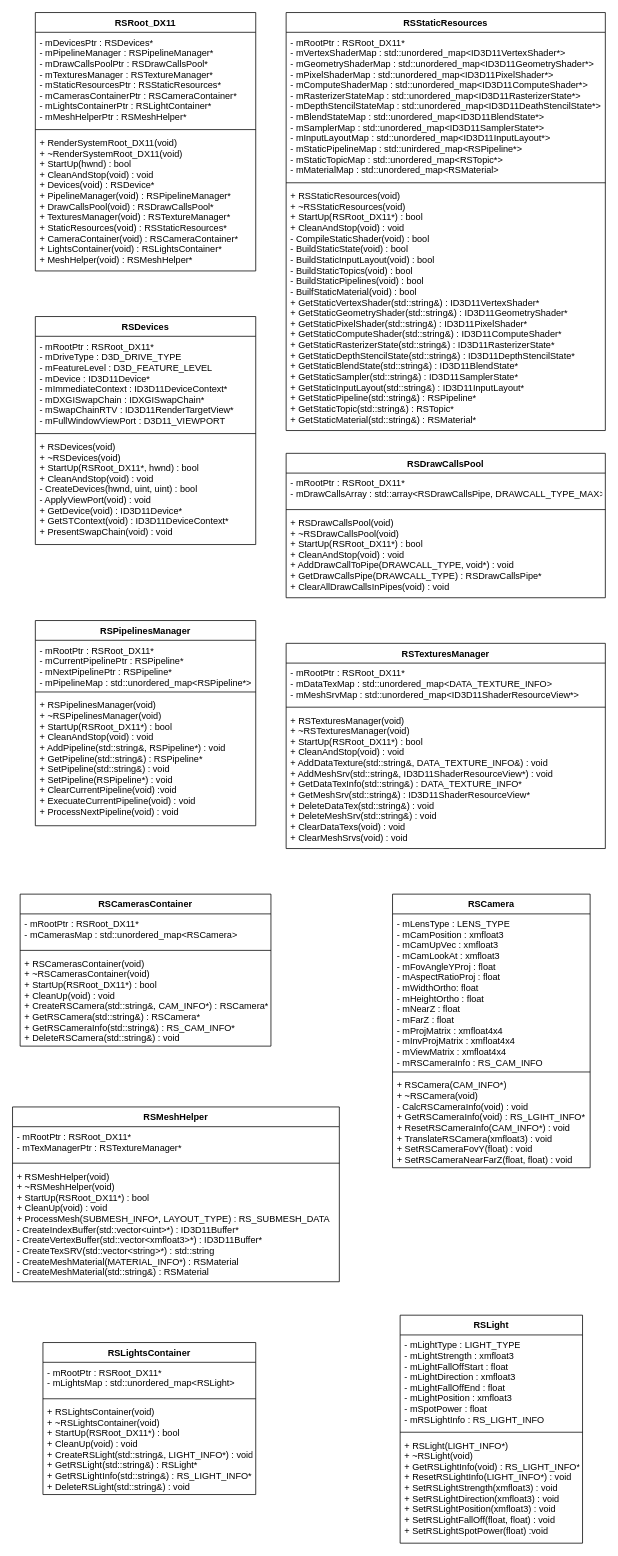
This is page "Root" (4 of 5) of Render.drawio from HIBICUS-CAI/PreWorkRenderEngine, a draw.io file, before an edit. Source tidied: cells renumbered, new cells numbered last; positions are measured from the earlier drawing's top-left corner, leaving out a move shared by most shapes. Both pictures are drawn from the tidied source at 76%, with x=0, y=0 at pixel (12, 12).
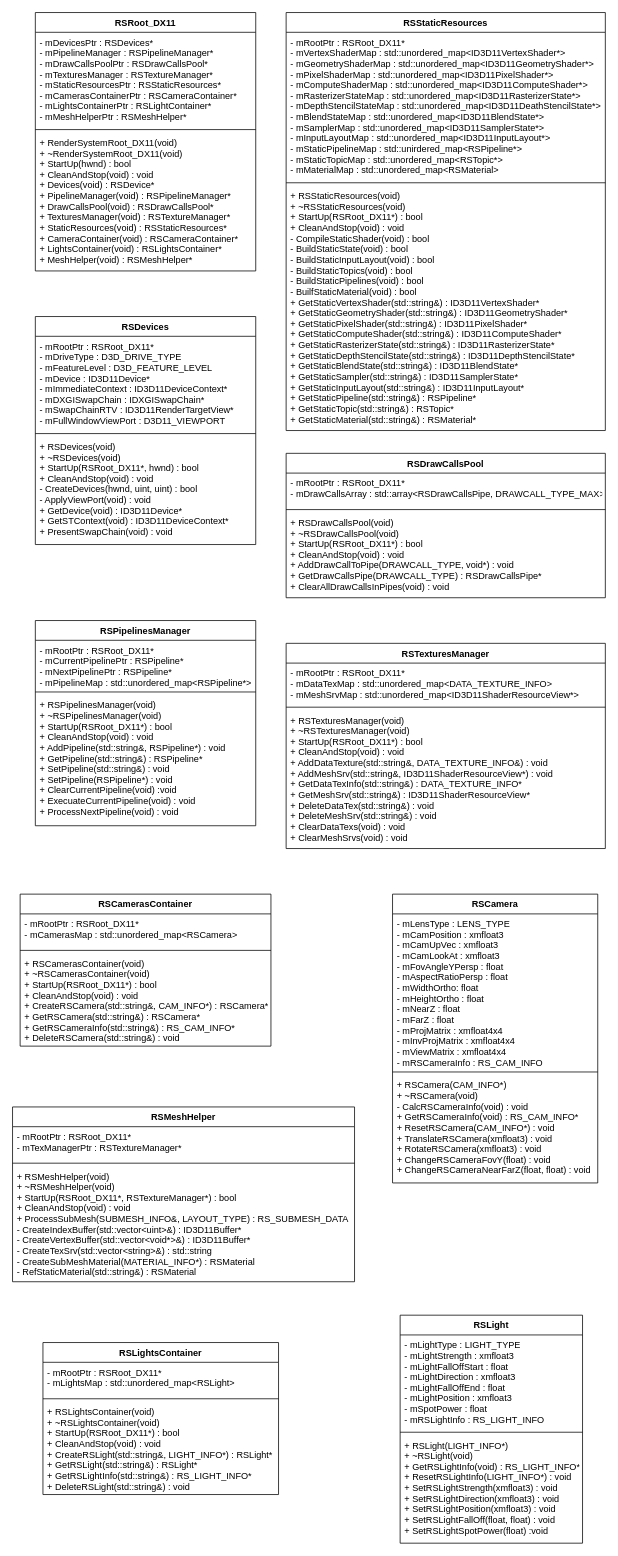
Above is the later version.

Unchanged cells that the change refers to:
```xml
<mxCell id="26" value="RSCamerasContainer" style="swimlane;fontStyle=1;align=center;verticalAlign=top;horizontal=1;startSize=26;" parent="1" vertex="1">
  <mxGeometry x="10" y="1160" width="330" height="200" as="geometry" />
</mxCell>
```

Change to the diagram source:
```diff
@@
-    <mxCell id="29" value="+ RSCamerasContainer(void)&#10;+ ~RSCamerasContainer(void)&#10;+ StartUp(RSRoot_DX11*) : bool&#10;+ CleanUp(void) : void&#10;+ CreateRSCamera(std::string&amp;, CAM_INFO*) : RSCamera*&#10;+ GetRSCamera(std::string&amp;) : RSCamera*&#10;+ GetRSCameraInfo(std::string&amp;) : RS_CAM_INFO*&#10;+ DeleteRSCamera(std::string&amp;) : void" style="text;strokeColor=none;fillColor=none;align=left;verticalAlign=top;spacingLeft=4;spacingRight=4;overflow=hidden;" parent="26" vertex="1">
+    <mxCell id="29" value="+ RSCamerasContainer(void)&#10;+ ~RSCamerasContainer(void)&#10;+ StartUp(RSRoot_DX11*) : bool&#10;+ CleanAndStop(void) : void&#10;+ CreateRSCamera(std::string&amp;, CAM_INFO*) : RSCamera*&#10;+ GetRSCamera(std::string&amp;) : RSCamera*&#10;+ GetRSCameraInfo(std::string&amp;) : RS_CAM_INFO*&#10;+ DeleteRSCamera(std::string&amp;) : void" style="text;strokeColor=none;fillColor=none;align=left;verticalAlign=top;spacingLeft=4;spacingRight=4;overflow=hidden;" parent="26" vertex="1">
       <mxGeometry y="78" width="330" height="122" as="geometry" />
     </mxCell>
     <mxCell id="30" value="RSMeshHelper" style="swimlane;fontStyle=1;align=center;verticalAlign=top;horizontal=1;startSize=26;" parent="1" vertex="1">
-      <mxGeometry y="1440" width="430" height="230" as="geometry" />
+      <mxGeometry y="1440" width="450" height="230" as="geometry" />
     </mxCell>
     <mxCell id="31" value="- mRootPtr : RSRoot_DX11*&#10;- mTexManagerPtr : RSTextureManager*" style="text;strokeColor=none;fillColor=none;align=left;verticalAlign=top;spacingLeft=4;spacingRight=4;overflow=hidden;" parent="30" vertex="1">
-      <mxGeometry y="26" width="430" height="44" as="geometry" />
+      <mxGeometry y="26" width="450" height="44" as="geometry" />
     </mxCell>
     <mxCell id="32" style="line;strokeWidth=1;fillColor=none;align=left;verticalAlign=middle;spacingTop=-1;spacingLeft=3;spacingRight=3;labelPosition=right;" parent="30" vertex="1">
-      <mxGeometry y="70" width="430" height="8" as="geometry" />
+      <mxGeometry y="70" width="450" height="8" as="geometry" />
     </mxCell>
-    <mxCell id="33" value="+ RSMeshHelper(void)&#10;+ ~RSMeshHelper(void)&#10;+ StartUp(RSRoot_DX11*) : bool&#10;+ CleanUp(void) : void&#10;+ ProcessMesh(SUBMESH_INFO*, LAYOUT_TYPE) : RS_SUBMESH_DATA&#10;- CreateIndexBuffer(std::vector&lt;uint&gt;*) : ID3D11Buffer*&#10;- CreateVertexBuffer(std::vector&lt;xmfloat3&gt;*) : ID3D11Buffer*&#10;- CreateTexSRV(std::vector&lt;string&gt;*) : std::string&#10;- CreateMeshMaterial(MATERIAL_INFO*) : RSMaterial&#10;- CreateMeshMaterial(std::string&amp;) : RSMaterial" style="text;strokeColor=none;fillColor=none;align=left;verticalAlign=top;spacingLeft=4;spacingRight=4;overflow=hidden;" parent="30" vertex="1">
-      <mxGeometry y="78" width="430" height="152" as="geometry" />
+    <mxCell id="33" value="+ RSMeshHelper(void)&#10;+ ~RSMeshHelper(void)&#10;+ StartUp(RSRoot_DX11*, RSTextureManager*) : bool&#10;+ CleanAndStop(void) : void&#10;+ ProcessSubMesh(SUBMESH_INFO&amp;, LAYOUT_TYPE) : RS_SUBMESH_DATA&#10;- CreateIndexBuffer(std::vector&lt;uint&gt;&amp;) : ID3D11Buffer*&#10;- CreateVertexBuffer(std::vector&lt;void*&gt;&amp;) : ID3D11Buffer*&#10;- CreateTexSrv(std::vector&lt;string&gt;&amp;) : std::string&#10;- CreateSubMeshMaterial(MATERIAL_INFO*) : RSMaterial&#10;- RefStaticMaterial(std::string&amp;) : RSMaterial" style="text;strokeColor=none;fillColor=none;align=left;verticalAlign=top;spacingLeft=4;spacingRight=4;overflow=hidden;" parent="30" vertex="1">
+      <mxGeometry y="78" width="450" height="152" as="geometry" />
     </mxCell>
     <mxCell id="34" value="RSLightsContainer" style="swimlane;fontStyle=1;align=center;verticalAlign=top;horizontal=1;startSize=26;" parent="1" vertex="1">
-      <mxGeometry x="40" y="1750" width="280" height="200" as="geometry" />
+      <mxGeometry x="40" y="1750" width="310" height="200" as="geometry" />
     </mxCell>
     <mxCell id="35" value="- mRootPtr : RSRoot_DX11*&#10;- mLightsMap : std::unordered_map&lt;RSLight&gt;" style="text;strokeColor=none;fillColor=none;align=left;verticalAlign=top;spacingLeft=4;spacingRight=4;overflow=hidden;" parent="34" vertex="1">
-      <mxGeometry y="26" width="280" height="44" as="geometry" />
+      <mxGeometry y="26" width="310" height="44" as="geometry" />
     </mxCell>
     <mxCell id="36" style="line;strokeWidth=1;fillColor=none;align=left;verticalAlign=middle;spacingTop=-1;spacingLeft=3;spacingRight=3;labelPosition=right;" parent="34" vertex="1">
-      <mxGeometry y="70" width="280" height="8" as="geometry" />
+      <mxGeometry y="70" width="310" height="8" as="geometry" />
     </mxCell>
-    <mxCell id="37" value="+ RSLightsContainer(void)&#10;+ ~RSLightsContainer(void)&#10;+ StartUp(RSRoot_DX11*) : bool&#10;+ CleanUp(void) : void&#10;+ CreateRSLight(std::string&amp;, LIGHT_INFO*) : void&#10;+ GetRSLight(std::string&amp;) : RSLight*&#10;+ GetRSLightInfo(std::string&amp;) : RS_LIGHT_INFO*&#10;+ DeleteRSLight(std::string&amp;) : void" style="text;strokeColor=none;fillColor=none;align=left;verticalAlign=top;spacingLeft=4;spacingRight=4;overflow=hidden;" parent="34" vertex="1">
-      <mxGeometry y="78" width="280" height="122" as="geometry" />
+    <mxCell id="37" value="+ RSLightsContainer(void)&#10;+ ~RSLightsContainer(void)&#10;+ StartUp(RSRoot_DX11*) : bool&#10;+ CleanAndStop(void) : void&#10;+ CreateRSLight(std::string&amp;, LIGHT_INFO*) : RSLight*&#10;+ GetRSLight(std::string&amp;) : RSLight*&#10;+ GetRSLightInfo(std::string&amp;) : RS_LIGHT_INFO*&#10;+ DeleteRSLight(std::string&amp;) : void" style="text;strokeColor=none;fillColor=none;align=left;verticalAlign=top;spacingLeft=4;spacingRight=4;overflow=hidden;" parent="34" vertex="1">
+      <mxGeometry y="78" width="310" height="122" as="geometry" />
     </mxCell>
     <mxCell id="38" value="RSCamera" style="swimlane;fontStyle=1;align=center;verticalAlign=top;horizontal=1;startSize=26;" parent="1" vertex="1">
-      <mxGeometry x="500" y="1160" width="260" height="360" as="geometry" />
+      <mxGeometry x="500" y="1160" width="270" height="380" as="geometry" />
     </mxCell>
-    <mxCell id="39" value="- mLensType : LENS_TYPE&#10;- mCamPosition : xmfloat3&#10;- mCamUpVec : xmfloat3&#10;- mCamLookAt : xmfloat3&#10;- mFovAngleYProj : float&#10;- mAspectRatioProj : float&#10;- mWidthOrtho: float&#10;- mHeightOrtho : float&#10;- mNearZ : float&#10;- mFarZ : float&#10;- mProjMatrix : xmfloat4x4&#10;- mInvProjMatrix : xmfloat4x4&#10;- mViewMatrix : xmfloat4x4&#10;- mRSCameraInfo : RS_CAM_INFO" style="text;strokeColor=none;fillColor=none;align=left;verticalAlign=top;spacingLeft=4;spacingRight=4;overflow=hidden;" parent="38" vertex="1">
-      <mxGeometry y="26" width="260" height="204" as="geometry" />
+    <mxCell id="39" value="- mLensType : LENS_TYPE&#10;- mCamPosition : xmfloat3&#10;- mCamUpVec : xmfloat3&#10;- mCamLookAt : xmfloat3&#10;- mFovAngleYPersp : float&#10;- mAspectRatioPersp : float&#10;- mWidthOrtho: float&#10;- mHeightOrtho : float&#10;- mNearZ : float&#10;- mFarZ : float&#10;- mProjMatrix : xmfloat4x4&#10;- mInvProjMatrix : xmfloat4x4&#10;- mViewMatrix : xmfloat4x4&#10;- mRSCameraInfo : RS_CAM_INFO" style="text;strokeColor=none;fillColor=none;align=left;verticalAlign=top;spacingLeft=4;spacingRight=4;overflow=hidden;" parent="38" vertex="1">
+      <mxGeometry y="26" width="270" height="204" as="geometry" />
     </mxCell>
     <mxCell id="40" style="line;strokeWidth=1;fillColor=none;align=left;verticalAlign=middle;spacingTop=-1;spacingLeft=3;spacingRight=3;labelPosition=right;" parent="38" vertex="1">
-      <mxGeometry y="230" width="260" height="8" as="geometry" />
+      <mxGeometry y="230" width="270" height="8" as="geometry" />
     </mxCell>
-    <mxCell id="41" value="+ RSCamera(CAM_INFO*)&#10;+ ~RSCamera(void)&#10;- CalcRSCameraInfo(void) : void&#10;+ GetRSCameraInfo(void) : RS_LGIHT_INFO*&#10;+ ResetRSCameraInfo(CAM_INFO*) : void&#10;+ TranslateRSCamera(xmfloat3) : void&#10;+ SetRSCameraFovY(float) : void&#10;+ SetRSCameraNearFarZ(float, float) : void" style="text;strokeColor=none;fillColor=none;align=left;verticalAlign=top;spacingLeft=4;spacingRight=4;overflow=hidden;" parent="38" vertex="1">
-      <mxGeometry y="238" width="260" height="122" as="geometry" />
+    <mxCell id="41" value="+ RSCamera(CAM_INFO*)&#10;+ ~RSCamera(void)&#10;- CalcRSCameraInfo(void) : void&#10;+ GetRSCameraInfo(void) : RS_CAM_INFO*&#10;+ ResetRSCamera(CAM_INFO*) : void&#10;+ TranslateRSCamera(xmfloat3) : void&#10;+ RotateRSCamera(xmfloat3) : void&#10;+ ChangeRSCameraFovY(float) : void&#10;+ ChangeRSCameraNearFarZ(float, float) : void" style="text;strokeColor=none;fillColor=none;align=left;verticalAlign=top;spacingLeft=4;spacingRight=4;overflow=hidden;" parent="38" vertex="1">
+      <mxGeometry y="238" width="270" height="142" as="geometry" />
     </mxCell>
```
